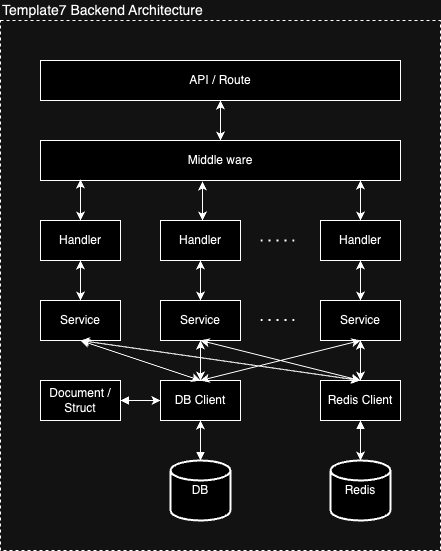
Above: resource/readme/architecture.png in Template7/backend (draw.io), before the change. Source tidied: cells renumbered, new cells last; positions are measured from the earlier drawing's top-left corner, leaving out a move shared by most shapes.
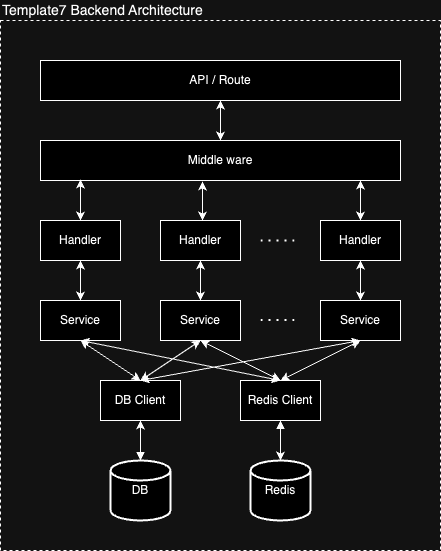
The same file after the commit.

The edit, as a diff of the source:
```diff
@@ -30,36 +30,22 @@
       <mxGeometry x="320" y="300" width="80" height="40" as="geometry" />
     </mxCell>
     <mxCell id="11" value="DB Client" style="rounded=0;whiteSpace=wrap;html=1;" parent="1" vertex="1">
-      <mxGeometry x="160" y="380" width="80" height="40" as="geometry" />
+      <mxGeometry x="100" y="380" width="80" height="40" as="geometry" />
     </mxCell>
-    <mxCell id="12" value="Document /&lt;br&gt;Struct" style="rounded=0;whiteSpace=wrap;html=1;" parent="1" vertex="1">
-      <mxGeometry x="40" y="380" width="80" height="40" as="geometry" />
-    </mxCell>
     <mxCell id="13" value="DB" style="strokeWidth=2;html=1;shape=mxgraph.flowchart.database;whiteSpace=wrap;" parent="1" vertex="1">
-      <mxGeometry x="170" y="460" width="60" height="60" as="geometry" />
+      <mxGeometry x="110" y="460" width="60" height="60" as="geometry" />
     </mxCell>
-    <mxCell id="14" style="edgeStyle=elbowEdgeStyle;elbow=horizontal;endArrow=classic;html=1;entryX=0;entryY=0.5;entryDx=0;entryDy=0;startArrow=block;startFill=1;exitX=1;exitY=0.5;exitDx=0;exitDy=0;" parent="1" edge="1" source="12" target="11">
-      <mxGeometry relative="1" as="geometry">
-        <Array as="points">
-          <mxPoint x="130" y="410" />
-        </Array>
-      </mxGeometry>
-    </mxCell>
     <mxCell id="15" style="edgeStyle=orthogonalEdgeStyle;rounded=0;jettySize=auto;html=1;exitX=0.5;exitY=1;exitDx=0;exitDy=0;entryX=0.5;entryY=0;entryDx=0;entryDy=0;entryPerimeter=0;startArrow=block;startFill=1;" parent="1" edge="1" source="16" target="17">
       <mxGeometry relative="1" as="geometry" />
     </mxCell>
     <mxCell id="16" value="Redis Client" style="rounded=0;whiteSpace=wrap;html=1;" parent="1" vertex="1">
-      <mxGeometry x="320" y="380" width="80" height="40" as="geometry" />
+      <mxGeometry x="240" y="380" width="80" height="40" as="geometry" />
     </mxCell>
     <mxCell id="17" value="Redis" style="strokeWidth=2;html=1;shape=mxgraph.flowchart.database;whiteSpace=wrap;" parent="1" vertex="1">
-      <mxGeometry x="330" y="460" width="60" height="60" as="geometry" />
+      <mxGeometry x="250" y="460" width="60" height="60" as="geometry" />
     </mxCell>
     <mxCell id="18" style="edgeStyle=elbowEdgeStyle;elbow=horizontal;endArrow=classic;html=1;entryX=0.5;entryY=1;entryDx=0;entryDy=0;startArrow=block;startFill=1;exitX=0.5;exitY=0;exitDx=0;exitDy=0;exitPerimeter=0;" parent="1" edge="1" source="13" target="11">
-      <mxGeometry relative="1" as="geometry">
-        <Array as="points">
-          <mxPoint x="200" y="430" />
-        </Array>
-      </mxGeometry>
+      <mxGeometry relative="1" as="geometry" />
     </mxCell>
     <mxCell id="19" style="endArrow=classic;startArrow=classic;html=1;entryX=0.5;entryY=1;entryDx=0;entryDy=0;exitX=0.5;exitY=0;exitDx=0;exitDy=0;" parent="1" edge="1" source="8" target="5">
       <mxGeometry relative="1" as="geometry" />
```
